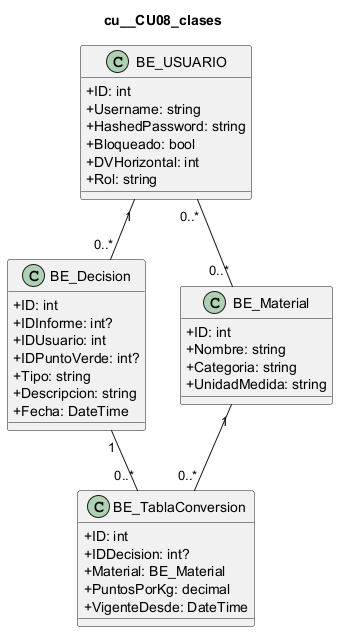
Above: docs/diagramas/uml_png/cu__CU08_clases.png in L-Muniz/uai-diploma_2026 (PlantUML), before the change. The source it was exported from:
```plantuml
@startuml
skinparam classAttributeIconSize 0
title cu__CU08_clases
class "BE_USUARIO" as USUARIO {
  +ID: int
  +Username: string
  +HashedPassword: string
  +Bloqueado: bool
  +DVHorizontal: int
  +Rol: string
}
class "BE_Decision" as DECISION {
  +ID: int
  +IDInforme: int?
  +IDUsuario: int
  +IDPuntoVerde: int?
  +Tipo: string
  +Descripcion: string
  +Fecha: DateTime
}
class "BE_TablaConversion" as CONVERSION {
  +ID: int
  +IDDecision: int?
  +Material: BE_Material
  +PuntosPorKg: decimal
  +VigenteDesde: DateTime
}
class "BE_Material" as MATERIAL {
  +ID: int
  +Nombre: string
  +Categoria: string
  +UnidadMedida: string
}
DECISION "1" -- "0..*" CONVERSION
MATERIAL "1" -- "0..*" CONVERSION
USUARIO "1" -- "0..*" DECISION
USUARIO "0..*" -- "0..*" MATERIAL
@enduml
```
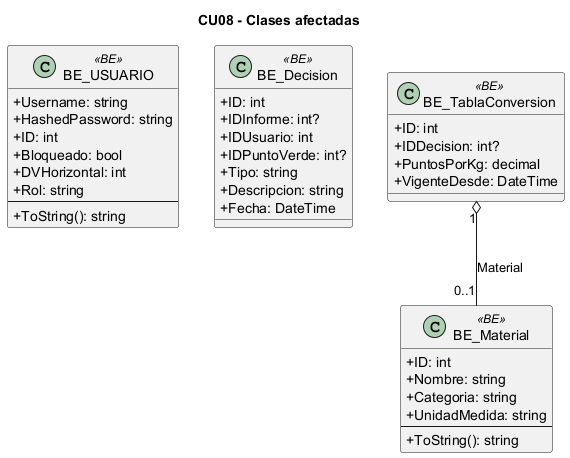
After the change.

Diff of the diagram source:
```diff
@@ -1,15 +1,17 @@
 @startuml
 skinparam classAttributeIconSize 0
-title cu__CU08_clases
-class "BE_USUARIO" as USUARIO {
-  +ID: int
+title CU08 - Clases afectadas
+class "BE_USUARIO" as BE_USUARIO <<BE>> {
   +Username: string
   +HashedPassword: string
+  +ID: int
   +Bloqueado: bool
   +DVHorizontal: int
   +Rol: string
+  --
+  +ToString(): string
 }
-class "BE_Decision" as DECISION {
+class "BE_Decision" as BE_Decision <<BE>> {
   +ID: int
   +IDInforme: int?
   +IDUsuario: int
@@ -18,21 +20,19 @@
   +Descripcion: string
   +Fecha: DateTime
 }
-class "BE_TablaConversion" as CONVERSION {
+class "BE_TablaConversion" as BE_TablaConversion <<BE>> {
   +ID: int
   +IDDecision: int?
-  +Material: BE_Material
   +PuntosPorKg: decimal
   +VigenteDesde: DateTime
 }
-class "BE_Material" as MATERIAL {
+class "BE_Material" as BE_Material <<BE>> {
   +ID: int
   +Nombre: string
   +Categoria: string
   +UnidadMedida: string
+  --
+  +ToString(): string
 }
-DECISION "1" -- "0..*" CONVERSION
-MATERIAL "1" -- "0..*" CONVERSION
-USUARIO "1" -- "0..*" DECISION
-USUARIO "0..*" -- "0..*" MATERIAL
+BE_TablaConversion "1" o-- "0..1" BE_Material : Material
 @enduml
```
